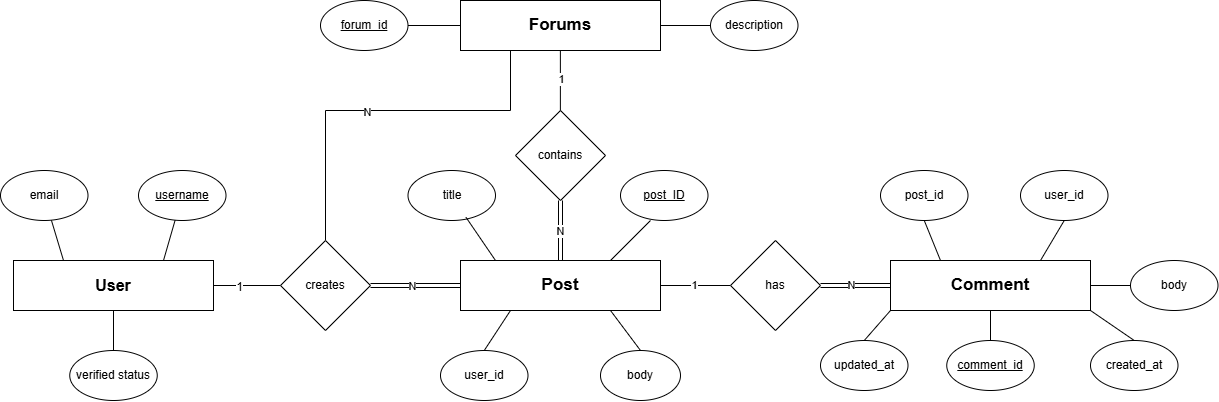
Earlier version of the draw.io export images/ER_Diagram.drawio.png (Intisar34/Whisper-Board). Source tidied: cells renumbered, new cells last; positions are measured from the earlier drawing's top-left corner, leaving out a move shared by most shapes.
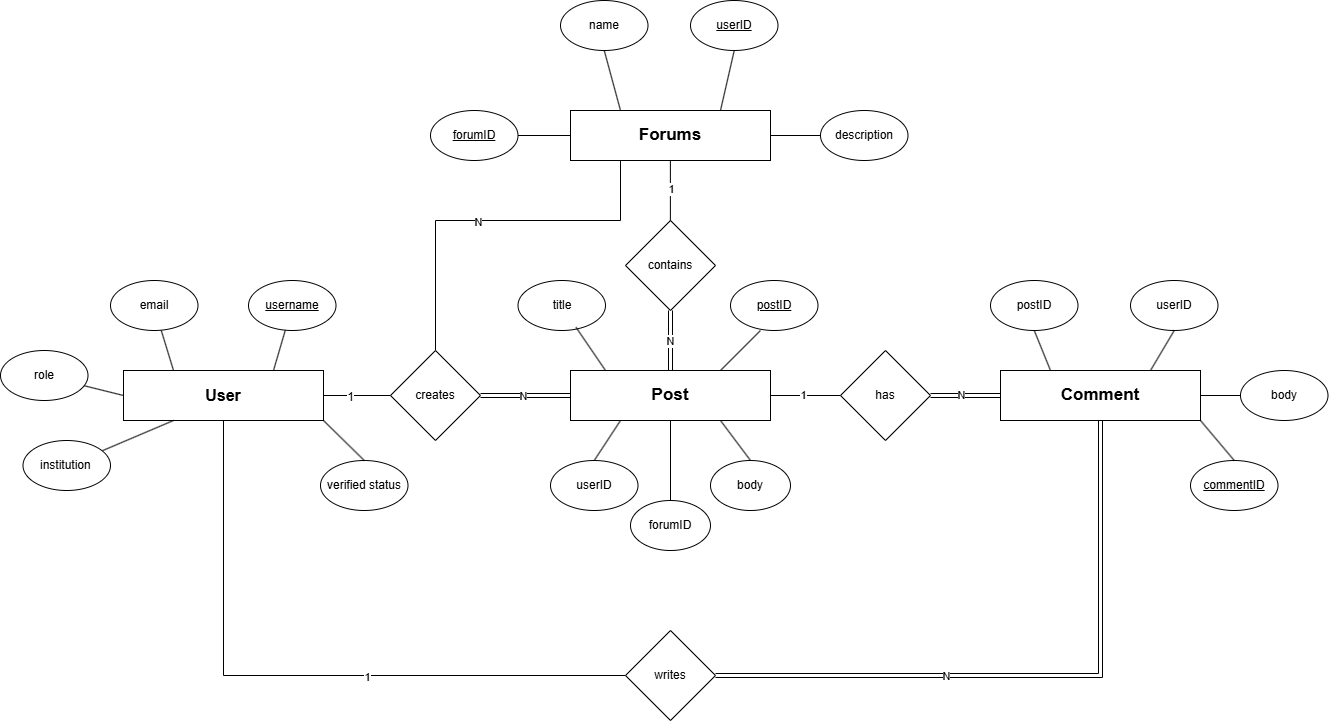
The same diagram one commit later.

Commit message:
#1 Update ER diagram, add relationship between user and comment

The edit, as a diff of the source:
```diff
@@ -8,6 +8,12 @@
     <mxCell id="3" value="1" style="edgeLabel;html=1;align=center;verticalAlign=middle;fontSize=12;" parent="2" vertex="1">
       <mxGeometry x="-0.22" y="-1" relative="1" as="geometry" />
     </mxCell>
+    <mxCell id="54" style="edgeStyle=orthogonalEdgeStyle;rounded=0;jettySize=auto;html=1;exitX=0.5;exitY=1;exitDx=0;exitDy=0;entryX=0;entryY=0.5;entryDx=0;entryDy=0;endArrow=none;endFill=0;" parent="1" edge="1" source="4" target="68">
+      <mxGeometry relative="1" as="geometry" />
+    </mxCell>
+    <mxCell id="55" value="1" style="edgeLabel;html=1;align=center;verticalAlign=middle;" parent="54" vertex="1">
+      <mxGeometry x="0.21" y="-1" relative="1" as="geometry" />
+    </mxCell>
     <mxCell id="4" value="&lt;b&gt;&lt;font style=&quot;font-size: 16px;&quot;&gt;User&lt;/font&gt;&lt;/b&gt;" style="rounded=0;whiteSpace=wrap;html=1;" parent="1" vertex="1">
       <mxGeometry x="13" y="260" width="200" height="50" as="geometry" />
     </mxCell>
@@ -40,6 +46,12 @@
     <mxCell id="12" value="&lt;span style=&quot;font-size: 17px;&quot;&gt;&lt;b&gt;Post&lt;/b&gt;&lt;/span&gt;" style="rounded=0;whiteSpace=wrap;html=1;" parent="1" vertex="1">
       <mxGeometry x="460" y="260" width="200" height="50" as="geometry" />
     </mxCell>
+    <mxCell id="56" style="edgeStyle=orthogonalEdgeStyle;rounded=0;jettySize=auto;html=1;exitX=0.5;exitY=1;exitDx=0;exitDy=0;entryX=1;entryY=0.5;entryDx=0;entryDy=0;endArrow=none;endFill=0;shape=link;" parent="1" edge="1" source="13" target="68">
+      <mxGeometry relative="1" as="geometry" />
+    </mxCell>
+    <mxCell id="57" value="N" style="edgeLabel;html=1;align=center;verticalAlign=middle;" parent="56" vertex="1">
+      <mxGeometry x="0.28" relative="1" as="geometry" />
+    </mxCell>
     <mxCell id="13" value="&lt;b&gt;&lt;font style=&quot;font-size: 17px;&quot;&gt;Comment&lt;/font&gt;&lt;/b&gt;" style="rounded=0;whiteSpace=wrap;html=1;" parent="1" vertex="1">
       <mxGeometry x="890" y="260" width="200" height="50" as="geometry" />
     </mxCell>
@@ -75,14 +87,11 @@
     <mxCell id="23" value="title" style="ellipse;whiteSpace=wrap;html=1;" parent="1" vertex="1">
       <mxGeometry x="407.5" y="170" width="87.5" height="50" as="geometry" />
     </mxCell>
-    <mxCell id="24" style="rounded=0;jettySize=auto;html=1;entryX=0.5;entryY=1;entryDx=0;entryDy=0;endArrow=none;endFill=0;" parent="1" edge="1" source="25" target="4">
-      <mxGeometry relative="1" as="geometry" />
-    </mxCell>
     <mxCell id="25" value="verified status" style="ellipse;whiteSpace=wrap;html=1;" parent="1" vertex="1">
-      <mxGeometry x="69.2" y="350" width="87.5" height="50" as="geometry" />
+      <mxGeometry x="210" y="350" width="87.5" height="50" as="geometry" />
     </mxCell>
-    <mxCell id="26" value="&lt;u&gt;comment_id&lt;/u&gt;" style="ellipse;whiteSpace=wrap;html=1;" parent="1" vertex="1">
-      <mxGeometry x="946.2" y="340" width="87.5" height="50" as="geometry" />
+    <mxCell id="26" value="&lt;u&gt;commentID&lt;/u&gt;" style="ellipse;whiteSpace=wrap;html=1;" parent="1" vertex="1">
+      <mxGeometry x="1080" y="350" width="87.5" height="50" as="geometry" />
     </mxCell>
     <mxCell id="27" style="edgeStyle=orthogonalEdgeStyle;rounded=0;jettySize=auto;html=1;entryX=0.5;entryY=0;entryDx=0;entryDy=0;endArrow=none;endFill=0;shape=link;" parent="1" edge="1" source="29" target="12">
       <mxGeometry relative="1" as="geometry" />
@@ -96,19 +105,13 @@
     <mxCell id="30" value="body" style="ellipse;whiteSpace=wrap;html=1;" parent="1" vertex="1">
       <mxGeometry x="600" y="350" width="80" height="50" as="geometry" />
     </mxCell>
-    <mxCell id="31" value="created_at" style="ellipse;whiteSpace=wrap;html=1;" parent="1" vertex="1">
-      <mxGeometry x="1090" y="340" width="87.5" height="50" as="geometry" />
-    </mxCell>
-    <mxCell id="32" style="edgeStyle=orthogonalEdgeStyle;rounded=0;jettySize=auto;html=1;exitX=0.5;exitY=0;exitDx=0;exitDy=0;entryX=0.5;entryY=1;entryDx=0;entryDy=0;endArrow=none;endFill=0;" parent="1" edge="1" source="26" target="13">
-      <mxGeometry relative="1" as="geometry" />
-    </mxCell>
     <mxCell id="33" style="edgeStyle=orthogonalEdgeStyle;rounded=0;jettySize=auto;html=1;entryX=0;entryY=0.5;entryDx=0;entryDy=0;endArrow=none;endFill=0;" parent="1" edge="1" source="34" target="15">
       <mxGeometry relative="1" as="geometry" />
     </mxCell>
-    <mxCell id="34" value="&lt;u&gt;forum_id&lt;/u&gt;" style="ellipse;whiteSpace=wrap;html=1;" parent="1" vertex="1">
+    <mxCell id="34" value="&lt;u&gt;forumID&lt;/u&gt;" style="ellipse;whiteSpace=wrap;html=1;" parent="1" vertex="1">
       <mxGeometry x="320" width="87.5" height="50" as="geometry" />
     </mxCell>
-    <mxCell id="35" value="&lt;u&gt;post_ID&lt;/u&gt;" style="ellipse;whiteSpace=wrap;html=1;" parent="1" vertex="1">
+    <mxCell id="35" value="&lt;u&gt;postID&lt;/u&gt;" style="ellipse;whiteSpace=wrap;html=1;" parent="1" vertex="1">
       <mxGeometry x="620" y="170" width="87.5" height="50" as="geometry" />
     </mxCell>
     <mxCell id="36" style="edgeStyle=orthogonalEdgeStyle;rounded=0;jettySize=auto;html=1;entryX=1;entryY=0.5;entryDx=0;entryDy=0;endArrow=none;endFill=0;" parent="1" edge="1" source="37" target="15">
@@ -123,31 +126,22 @@
         <mxPoint x="650" y="220" as="targetPoint" />
       </mxGeometry>
     </mxCell>
-    <mxCell id="39" style="endArrow=none;html=1;rounded=0;exitX=0.5;exitY=0;exitDx=0;exitDy=0;entryX=1;entryY=1;entryDx=0;entryDy=0;" parent="1" edge="1" source="31" target="13">
-      <mxGeometry relative="1" as="geometry" />
-    </mxCell>
-    <mxCell id="40" value="updated_at" style="ellipse;whiteSpace=wrap;html=1;" parent="1" vertex="1">
-      <mxGeometry x="820" y="340" width="87.5" height="50" as="geometry" />
-    </mxCell>
     <mxCell id="41" style="endArrow=none;html=1;rounded=0;entryX=0.75;entryY=1;entryDx=0;entryDy=0;exitX=0.5;exitY=0;exitDx=0;exitDy=0;" parent="1" edge="1" source="30" target="12">
       <mxGeometry relative="1" as="geometry" />
     </mxCell>
-    <mxCell id="42" style="endArrow=none;html=1;rounded=0;entryX=0;entryY=1;entryDx=0;entryDy=0;exitX=0.5;exitY=0;exitDx=0;exitDy=0;" parent="1" edge="1" source="40" target="13">
-      <mxGeometry relative="1" as="geometry" />
-    </mxCell>
     <mxCell id="43" value="body" style="ellipse;whiteSpace=wrap;html=1;" parent="1" vertex="1">
       <mxGeometry x="1130" y="260" width="87.5" height="50" as="geometry" />
     </mxCell>
     <mxCell id="44" style="endArrow=none;html=1;rounded=0;exitX=0;exitY=0.5;exitDx=0;exitDy=0;entryX=1;entryY=0.5;entryDx=0;entryDy=0;" parent="1" edge="1" source="43" target="13">
       <mxGeometry relative="1" as="geometry" />
     </mxCell>
-    <mxCell id="45" value="user_id" style="ellipse;whiteSpace=wrap;html=1;" parent="1" vertex="1">
+    <mxCell id="45" value="u&lt;span style=&quot;background-color: transparent; color: light-dark(rgb(0, 0, 0), rgb(255, 255, 255));&quot;&gt;serID&lt;/span&gt;" style="ellipse;whiteSpace=wrap;html=1;" parent="1" vertex="1">
       <mxGeometry x="1020" y="170" width="87.5" height="50" as="geometry" />
     </mxCell>
     <mxCell id="46" style="endArrow=none;html=1;rounded=0;entryX=0.5;entryY=1;entryDx=0;entryDy=0;exitX=0.75;exitY=0;exitDx=0;exitDy=0;" parent="1" edge="1" source="13" target="45">
       <mxGeometry relative="1" as="geometry" />
     </mxCell>
-    <mxCell id="47" value="post_id" style="ellipse;whiteSpace=wrap;html=1;" parent="1" vertex="1">
+    <mxCell id="47" value="postID" style="ellipse;whiteSpace=wrap;html=1;" parent="1" vertex="1">
       <mxGeometry x="880" y="170" width="87.5" height="50" as="geometry" />
     </mxCell>
     <mxCell id="48" style="endArrow=none;html=1;rounded=0;entryX=0.5;entryY=1;entryDx=0;entryDy=0;exitX=0.25;exitY=0;exitDx=0;exitDy=0;" parent="1" edge="1" source="13" target="47">
@@ -161,7 +155,7 @@
         <mxPoint x="495" y="260" as="sourcePoint" />
       </mxGeometry>
     </mxCell>
-    <mxCell id="51" value="user_id" style="ellipse;whiteSpace=wrap;html=1;" parent="1" vertex="1">
+    <mxCell id="51" value="userID" style="ellipse;whiteSpace=wrap;html=1;" parent="1" vertex="1">
       <mxGeometry x="440" y="350" width="87.5" height="50" as="geometry" />
     </mxCell>
     <mxCell id="52" style="endArrow=none;html=1;rounded=0;exitX=0.5;exitY=0;exitDx=0;exitDy=0;entryX=0.5;entryY=1;entryDx=0;entryDy=0;" parent="1" edge="1">
@@ -173,5 +167,44 @@
     <mxCell id="53" value="1" style="edgeLabel;html=1;align=center;verticalAlign=middle;" parent="52" vertex="1">
       <mxGeometry x="0.04" relative="1" as="geometry" />
     </mxCell>
+    <mxCell id="58" style="rounded=0;jettySize=auto;html=1;entryX=0;entryY=0.5;entryDx=0;entryDy=0;endArrow=none;endFill=0;" parent="1" edge="1" source="59" target="4">
+      <mxGeometry relative="1" as="geometry" />
+    </mxCell>
+    <mxCell id="59" value="role" style="ellipse;whiteSpace=wrap;html=1;" parent="1" vertex="1">
+      <mxGeometry x="-110" y="240" width="87.5" height="50" as="geometry" />
+    </mxCell>
+    <mxCell id="60" style="rounded=0;jettySize=auto;html=1;entryX=0.25;entryY=1;entryDx=0;entryDy=0;endArrow=none;endFill=0;" parent="1" edge="1" source="61" target="4">
+      <mxGeometry relative="1" as="geometry" />
+    </mxCell>
+    <mxCell id="61" value="institution&amp;nbsp;" style="ellipse;whiteSpace=wrap;html=1;" parent="1" vertex="1">
+      <mxGeometry x="-87.5" y="330" width="87.5" height="50" as="geometry" />
+    </mxCell>
+    <mxCell id="62" value="&lt;u&gt;userID&lt;/u&gt;" style="ellipse;whiteSpace=wrap;html=1;" parent="1" vertex="1">
+      <mxGeometry x="580" y="-110" width="87.5" height="50" as="geometry" />
+    </mxCell>
+    <mxCell id="63" value="name" style="ellipse;whiteSpace=wrap;html=1;" parent="1" vertex="1">
+      <mxGeometry x="450" y="-110" width="87.5" height="50" as="geometry" />
+    </mxCell>
+    <mxCell id="64" style="endArrow=none;html=1;rounded=0;entryX=0.5;entryY=1;entryDx=0;entryDy=0;exitX=0.25;exitY=0;exitDx=0;exitDy=0;" parent="1" edge="1" source="15" target="63">
+      <mxGeometry relative="1" as="geometry" />
+    </mxCell>
+    <mxCell id="65" style="endArrow=none;html=1;rounded=0;entryX=0.5;entryY=1;entryDx=0;entryDy=0;exitX=0.75;exitY=0;exitDx=0;exitDy=0;" parent="1" edge="1" source="15" target="62">
+      <mxGeometry relative="1" as="geometry" />
+    </mxCell>
+    <mxCell id="66" value="forumID" style="ellipse;whiteSpace=wrap;html=1;" parent="1" vertex="1">
+      <mxGeometry x="520" y="390" width="80" height="50" as="geometry" />
+    </mxCell>
+    <mxCell id="67" style="endArrow=none;html=1;rounded=0;entryX=0.5;entryY=1;entryDx=0;entryDy=0;exitX=0.5;exitY=0;exitDx=0;exitDy=0;" parent="1" edge="1" source="66" target="12">
+      <mxGeometry relative="1" as="geometry" />
+    </mxCell>
+    <mxCell id="32" style="endArrow=none;html=1;rounded=0;entryX=1;entryY=1;entryDx=0;entryDy=0;exitX=0.5;exitY=0;exitDx=0;exitDy=0;" parent="1" edge="1" source="26" target="13">
+      <mxGeometry relative="1" as="geometry" />
+    </mxCell>
+    <mxCell id="24" style="endArrow=none;html=1;rounded=0;entryX=1;entryY=1;entryDx=0;entryDy=0;exitX=0.5;exitY=0;exitDx=0;exitDy=0;" parent="1" edge="1" source="25" target="4">
+      <mxGeometry relative="1" as="geometry" />
+    </mxCell>
+    <mxCell id="68" value="writes" style="rhombus;whiteSpace=wrap;html=1;" parent="1" vertex="1">
+      <mxGeometry x="515" y="520" width="90" height="90" as="geometry" />
+    </mxCell>
   </root>
 </mxGraphModel>
```
